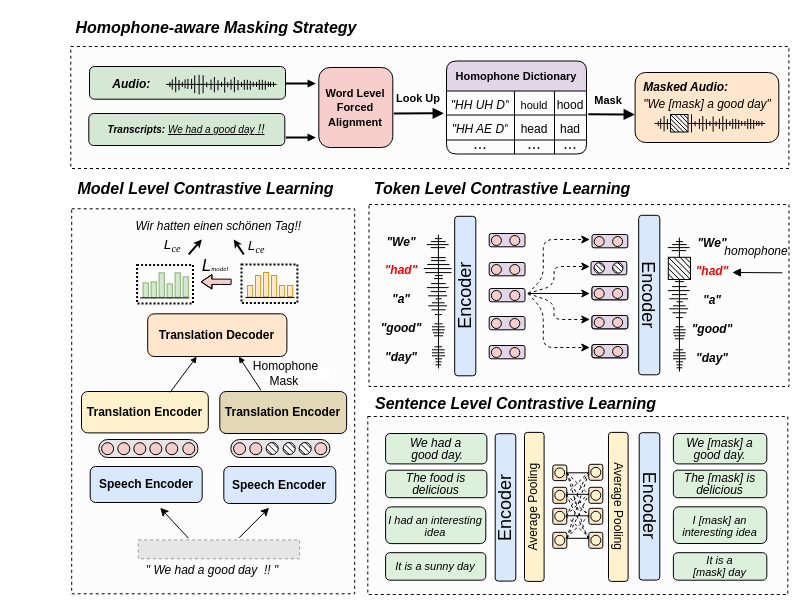
Earlier version of the draw.io diagram 6_23.drawio (ytf-philp/README). Source tidied: cells renumbered, new cells numbered last; positions are measured from the earlier drawing's top-left corner, leaving out a move shared by most shapes. Both pictures are drawn from the tidied source at 100%, with x=0, y=0 at pixel (17, 17). Pictures stored in the file or linked from it are replaced by grey dashed boxes.
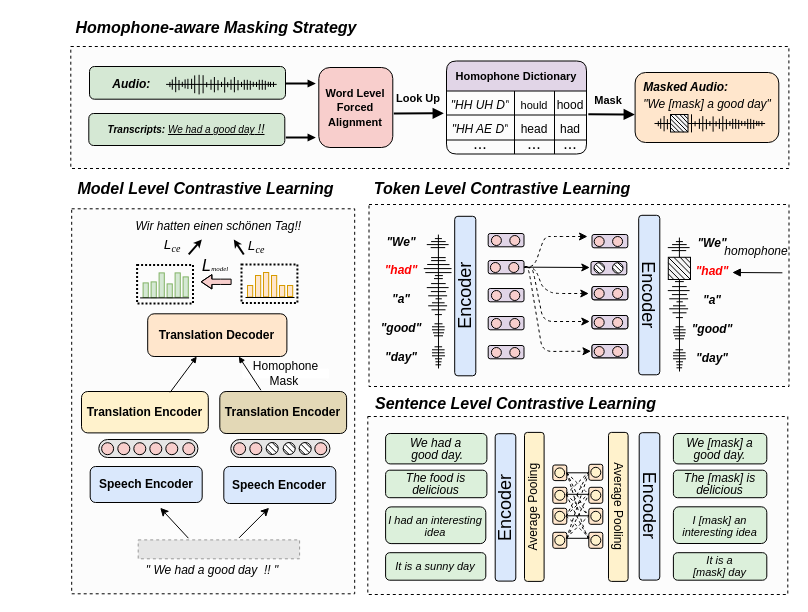
The same diagram, later.

Unchanged cells that the change refers to:
```xml
<mxCell id="5" style="group;rotation=0;strokeWidth=2;" parent="1" vertex="1">
  <mxGeometry x="380.5" y="179" width="390" height="190" as="geometry" />
</mxCell>
<mxCell id="13" style="group;rotation=0;" parent="5" vertex="1">
  <mxGeometry x="91.2" y="37" width="35.8" height="13.3" as="geometry" />
</mxCell>
<mxCell id="29" style="group;rotation=0;" parent="5" vertex="1">
  <mxGeometry x="91.2" y="92" width="35.8" height="13.3" as="geometry" />
</mxCell>
<mxCell id="33" style="group;rotation=0;" parent="5" vertex="1">
  <mxGeometry x="91.2" y="120" width="35.8" height="13.3" as="geometry" />
</mxCell>
<mxCell id="37" style="group;rotation=0;" parent="5" vertex="1">
  <mxGeometry x="91.2" y="149" width="35.8" height="13.3" as="geometry" />
</mxCell>
```

Change to the diagram source:
```diff
@@
-    <mxCell id="8" style="endArrow=classic;html=1;entryX=0;entryY=0.5;entryDx=0;entryDy=0;exitX=1;exitY=0.5;exitDx=0;exitDy=0;dashed=1;rounded=1;" parent="5" edge="1">
-      <mxGeometry relative="1" as="geometry">
-        <mxPoint x="130.1" y="97" as="sourcePoint" />
-        <mxPoint x="191.8" y="43" as="targetPoint" />
-        <Array as="points">
-          <mxPoint x="145.3" y="81" />
-          <mxPoint x="145.3" y="43" />
-        </Array>
-      </mxGeometry>
-    </mxCell>
-    <mxCell id="9" style="endArrow=classic;html=1;entryX=0;entryY=0.5;entryDx=0;entryDy=0;exitX=1;exitY=0.5;exitDx=0;exitDy=0;dashed=1;rounded=1;" parent="5" edge="1">
-      <mxGeometry relative="1" as="geometry">
-        <mxPoint x="130.1" y="97" as="sourcePoint" />
-        <mxPoint x="191.8" y="70" as="targetPoint" />
-        <Array as="points">
-          <mxPoint x="156.1" y="89" />
-          <mxPoint x="156.1" y="70" />
-        </Array>
-      </mxGeometry>
-    </mxCell>
-    <mxCell id="10" style="endArrow=classic;html=1;rounded=1;exitX=1;exitY=0.5;exitDx=0;exitDy=0;entryX=0;entryY=0.5;entryDx=0;entryDy=0;" parent="5" edge="1">
+    <mxCell id="10" style="endArrow=classic;html=1;rounded=1;exitX=1;exitY=0.5;exitDx=0;exitDy=0;entryX=0;entryY=0.5;entryDx=0;entryDy=0;" parent="5" edge="1" source="26">
       <mxGeometry relative="1" as="geometry">
-        <mxPoint x="130.1" y="97" as="sourcePoint" />
-        <mxPoint x="191.8" y="97" as="targetPoint" />
+        <mxPoint x="191.8" y="71" as="targetPoint" />
       </mxGeometry>
     </mxCell>
     <mxCell id="11" style="endArrow=classic;html=1;entryX=0;entryY=0.5;entryDx=0;entryDy=0;exitX=1;exitY=0.5;exitDx=0;exitDy=0;dashed=1;rounded=1;" parent="5" edge="1">
       <mxGeometry relative="1" as="geometry">
-        <mxPoint x="130.1" y="97" as="sourcePoint" />
-        <mxPoint x="191.8" y="123" as="targetPoint" />
+        <mxPoint x="129.1" y="71" as="sourcePoint" />
+        <mxPoint x="190.8" y="97" as="targetPoint" />
         <Array as="points">
-          <mxPoint x="156.1" y="106" />
-          <mxPoint x="156.1" y="123" />
+          <mxPoint x="137.5" y="72" />
+          <mxPoint x="144.5" y="91" />
+          <mxPoint x="155.1" y="97" />
         </Array>
       </mxGeometry>
     </mxCell>
     <mxCell id="12" style="endArrow=classic;html=1;entryX=0;entryY=0.5;entryDx=0;entryDy=0;exitX=1;exitY=0.5;exitDx=0;exitDy=0;dashed=1;rounded=1;" parent="5" edge="1">
       <mxGeometry relative="1" as="geometry">
-        <mxPoint x="130.1" y="97" as="sourcePoint" />
-        <mxPoint x="191.8" y="151" as="targetPoint" />
+        <mxPoint x="130.1" y="71" as="sourcePoint" />
+        <mxPoint x="191.8" y="125" as="targetPoint" />
         <Array as="points">
-          <mxPoint x="145.3" y="114" />
-          <mxPoint x="145.3" y="151" />
+          <mxPoint x="134.5" y="71" />
+          <mxPoint x="145.3" y="125" />
         </Array>
       </mxGeometry>
     </mxCell>
@@
     <mxCell id="14" style="rounded=1;whiteSpace=wrap;html=1;rotation=-360;fillColor=#e1d5e7;strokeColor=#000000;" parent="13" vertex="1">
-      <mxGeometry width="35.8" height="13.3" as="geometry" />
+      <mxGeometry x="-1" width="35.8" height="13.3" as="geometry" />
     </mxCell>
@@
     <mxCell id="25" style="group;rotation=0;" parent="5" vertex="1">
-      <mxGeometry x="91.2" y="66" width="35.8" height="13.3" as="geometry" />
+      <mxGeometry x="90.2" y="66" width="35.8" height="13.3" as="geometry" />
     </mxCell>
+    <mxCell id="387" style="group;" parent="25" vertex="1">
+      <mxGeometry y="-2" width="35.8" height="13.3" as="geometry" />
+    </mxCell>
-    <mxCell id="26" style="rounded=1;whiteSpace=wrap;html=1;rotation=-360;fillColor=#e1d5e7;strokeColor=#000000;" parent="25" vertex="1">
+    <mxCell id="26" style="rounded=1;whiteSpace=wrap;html=1;rotation=-360;fillColor=#e1d5e7;strokeColor=#000000;" parent="387" vertex="1">
       <mxGeometry width="35.8" height="13.3" as="geometry" />
     </mxCell>
-    <mxCell id="27" style="ellipse;whiteSpace=wrap;html=1;rotation=0;fillColor=#f8cecc;strokeColor=#000000;" parent="25" vertex="1">
+    <mxCell id="27" style="ellipse;whiteSpace=wrap;html=1;rotation=0;fillColor=#f8cecc;strokeColor=#000000;" parent="387" vertex="1">
       <mxGeometry x="2.2" y="2" width="10" height="10" as="geometry" />
     </mxCell>
-    <mxCell id="28" style="ellipse;whiteSpace=wrap;html=1;rotation=0;fillColor=#f8cecc;strokeColor=#000000;" parent="25" vertex="1">
+    <mxCell id="28" style="ellipse;whiteSpace=wrap;html=1;rotation=0;fillColor=#f8cecc;strokeColor=#000000;" parent="387" vertex="1">
       <mxGeometry x="20.6" y="2" width="10" height="10" as="geometry" />
     </mxCell>
@@
     <mxCell id="30" style="rounded=1;whiteSpace=wrap;html=1;rotation=-360;fillColor=#e1d5e7;strokeColor=#000000;" parent="29" vertex="1">
-      <mxGeometry width="35.8" height="13.3" as="geometry" />
+      <mxGeometry x="-1" width="35.8" height="13.3" as="geometry" />
     </mxCell>
@@
     <mxCell id="34" style="rounded=1;whiteSpace=wrap;html=1;rotation=-360;fillColor=#e1d5e7;strokeColor=#000000;" parent="33" vertex="1">
-      <mxGeometry width="35.8" height="13.3" as="geometry" />
+      <mxGeometry x="-1" width="35.8" height="13.3" as="geometry" />
     </mxCell>
@@
     <mxCell id="38" style="rounded=1;whiteSpace=wrap;html=1;rotation=-360;fillColor=#e1d5e7;strokeColor=#000000;" parent="37" vertex="1">
-      <mxGeometry width="35.8" height="13.3" as="geometry" />
+      <mxGeometry x="-1" width="35.8" height="13.3" as="geometry" />
     </mxCell>
@@
+    <mxCell id="388" style="endArrow=classic;html=1;dashed=1;rounded=1;" parent="5" edge="1">
+      <mxGeometry relative="1" as="geometry">
+        <mxPoint x="126.5" y="70" as="sourcePoint" />
+        <mxPoint x="189.5" y="40" as="targetPoint" />
+        <Array as="points">
+          <mxPoint x="136.4" y="70" />
+          <mxPoint x="146.5" y="40" />
+          <mxPoint x="154.5" y="40" />
+        </Array>
+      </mxGeometry>
+    </mxCell>
+    <mxCell id="389" style="endArrow=classic;html=1;entryX=0;entryY=0.5;entryDx=0;entryDy=0;exitX=1;exitY=0.5;exitDx=0;exitDy=0;dashed=1;rounded=1;" parent="5" edge="1">
+      <mxGeometry relative="1" as="geometry">
+        <mxPoint x="126" y="71" as="sourcePoint" />
+        <mxPoint x="193" y="154.7" as="targetPoint" />
+        <Array as="points">
+          <mxPoint x="130.4" y="71" />
+          <mxPoint x="144.5" y="155" />
+        </Array>
+      </mxGeometry>
+    </mxCell>
```
